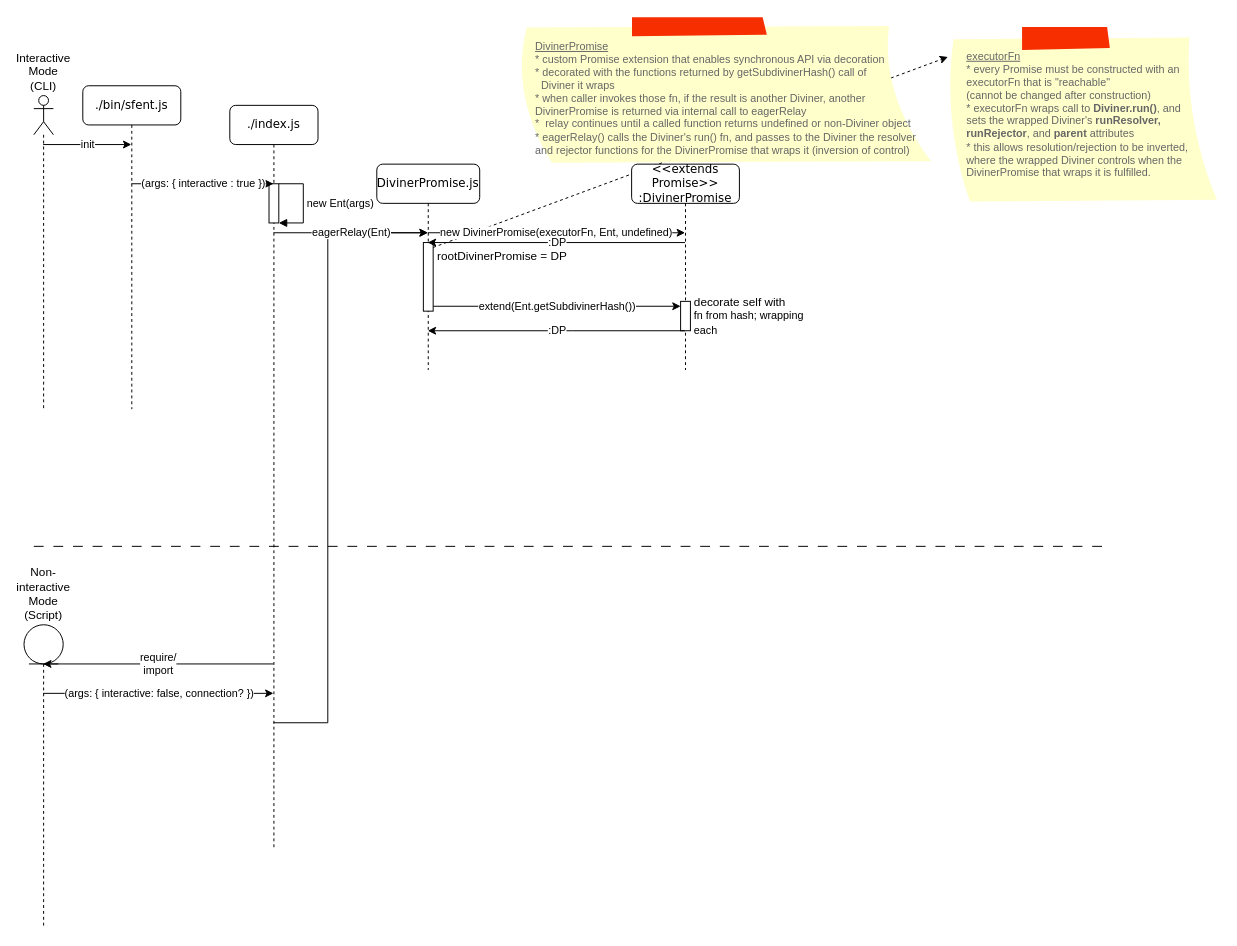
Before: docs/technical-design.drawio in kev4ev/sf-ent, a draw.io diagram. Source tidied: cells renumbered, new cells numbered last; positions are measured from the earlier drawing's top-left corner, leaving out a move shared by most shapes. Both pictures are drawn from the tidied source at 98%, with x=0, y=0 at pixel (24, 17).
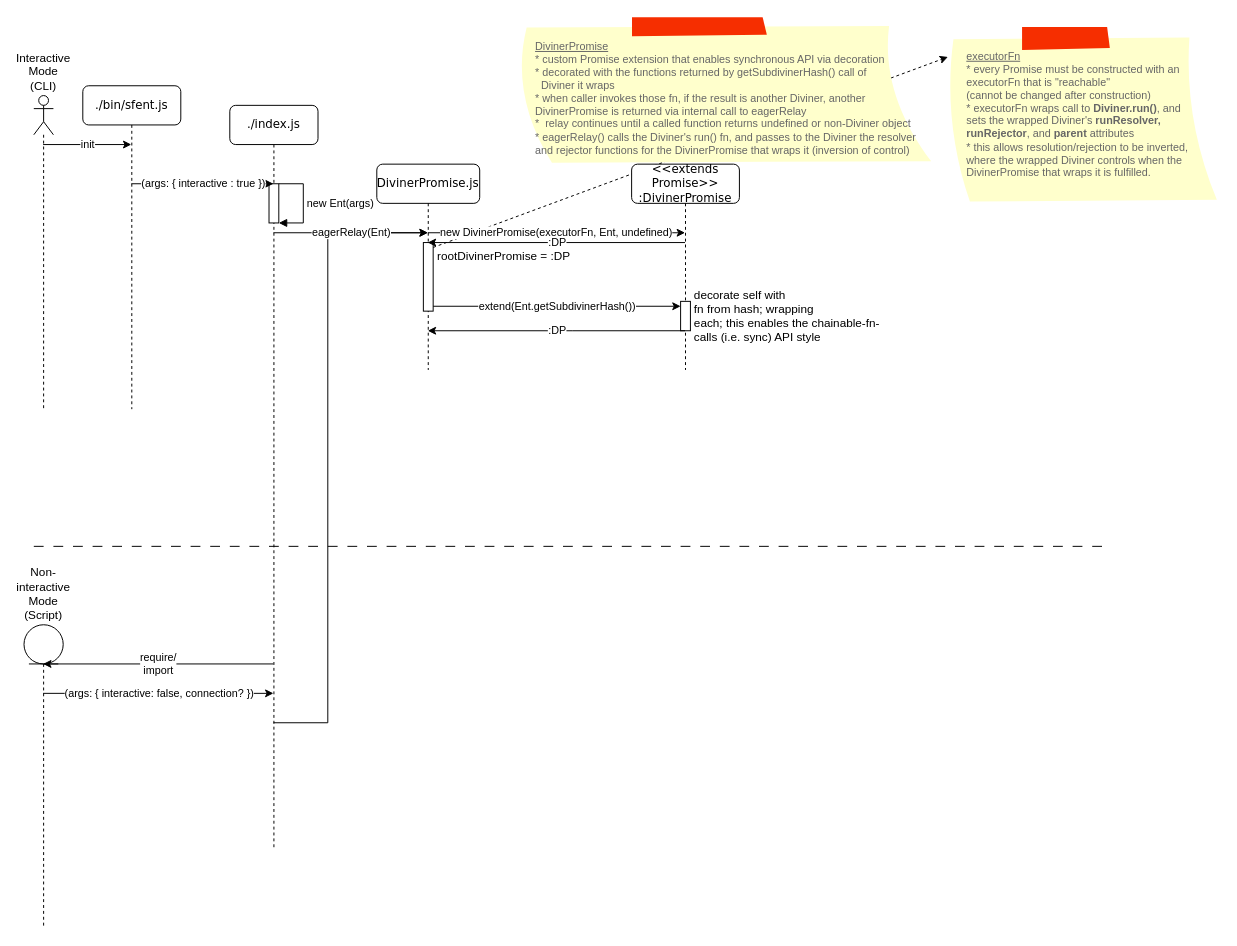
The same page after the edit.

Unchanged cells that the change refers to:
```xml
<mxCell id="13" value="DivinerPromise.js" style="shape=umlLifeline;perimeter=lifelinePerimeter;whiteSpace=wrap;html=1;outlineConnect=0;rounded=1;shadow=0;comic=0;labelBackgroundColor=none;strokeWidth=1;fontFamily=Verdana;fontSize=12;align=center;" parent="1" vertex="1">
  <mxGeometry x="360" y="150" width="105" height="210" as="geometry" />
</mxCell>
<mxCell id="18" value="&amp;lt;&amp;lt;extends Promise&amp;gt;&amp;gt;&lt;br&gt;:DivinerPromise" style="shape=umlLifeline;perimeter=lifelinePerimeter;whiteSpace=wrap;html=1;outlineConnect=0;rounded=1;shadow=0;comic=0;labelBackgroundColor=none;strokeWidth=1;fontFamily=Verdana;fontSize=12;align=center;" parent="1" vertex="1">
  <mxGeometry x="620" y="150" width="110" height="210" as="geometry" />
</mxCell>
```

What changed in the source:
```diff
@@
-    <mxCell id="14" value="rootDivinerPromise = DP" style="html=1;points=[[0,0,0,0,5],[0,1,0,0,-5],[1,0,0,0,5],[1,1,0,0,-5]];perimeter=orthogonalPerimeter;outlineConnect=0;targetShapes=umlLifeline;portConstraint=eastwest;newEdgeStyle={&quot;curved&quot;:0,&quot;rounded&quot;:0};labelPosition=right;verticalLabelPosition=middle;align=left;verticalAlign=top;spacingLeft=2;" parent="13" vertex="1">
+    <mxCell id="14" value="rootDivinerPromise = :DP" style="html=1;points=[[0,0,0,0,5],[0,1,0,0,-5],[1,0,0,0,5],[1,1,0,0,-5]];perimeter=orthogonalPerimeter;outlineConnect=0;targetShapes=umlLifeline;portConstraint=eastwest;newEdgeStyle={&quot;curved&quot;:0,&quot;rounded&quot;:0};labelPosition=right;verticalLabelPosition=middle;align=left;verticalAlign=top;spacingLeft=2;" parent="13" vertex="1">
       <mxGeometry x="47.5" y="80" width="10" height="70" as="geometry" />
     </mxCell>
@@
-    <mxCell id="19" value="decorate self with&lt;br style=&quot;border-color: var(--border-color); font-size: 11px;&quot;&gt;&lt;span style=&quot;font-size: 11px; background-color: rgb(255, 255, 255);&quot;&gt;fn from hash; wrapping&lt;/span&gt;&lt;br style=&quot;border-color: var(--border-color); font-size: 11px;&quot;&gt;&lt;span style=&quot;font-size: 11px; background-color: rgb(255, 255, 255);&quot;&gt;each&lt;/span&gt;" style="html=1;points=[[0,0,0,0,5],[0,1,0,0,-5],[1,0,0,0,5],[1,1,0,0,-5]];perimeter=orthogonalPerimeter;outlineConnect=0;targetShapes=umlLifeline;portConstraint=eastwest;newEdgeStyle={&quot;curved&quot;:0,&quot;rounded&quot;:0};labelPosition=right;verticalLabelPosition=middle;align=left;verticalAlign=middle;spacingLeft=2;" parent="18" vertex="1">
+    <mxCell id="19" value="&lt;font style=&quot;font-size: 12px;&quot;&gt;decorate self with&lt;br style=&quot;border-color: var(--border-color);&quot;&gt;&lt;span style=&quot;background-color: rgb(255, 255, 255);&quot;&gt;fn from hash; wrapping&lt;/span&gt;&lt;br style=&quot;border-color: var(--border-color);&quot;&gt;&lt;span style=&quot;background-color: rgb(255, 255, 255);&quot;&gt;each; this enables the chainable-fn-&lt;br&gt;calls (i.e. sync) API style&lt;br&gt;&lt;/span&gt;&lt;/font&gt;" style="html=1;points=[[0,0,0,0,5],[0,1,0,0,-5],[1,0,0,0,5],[1,1,0,0,-5]];perimeter=orthogonalPerimeter;outlineConnect=0;targetShapes=umlLifeline;portConstraint=eastwest;newEdgeStyle={&quot;curved&quot;:0,&quot;rounded&quot;:0};labelPosition=right;verticalLabelPosition=middle;align=left;verticalAlign=middle;spacingLeft=2;" parent="18" vertex="1">
       <mxGeometry x="50" y="140" width="10" height="30" as="geometry" />
     </mxCell>
```
